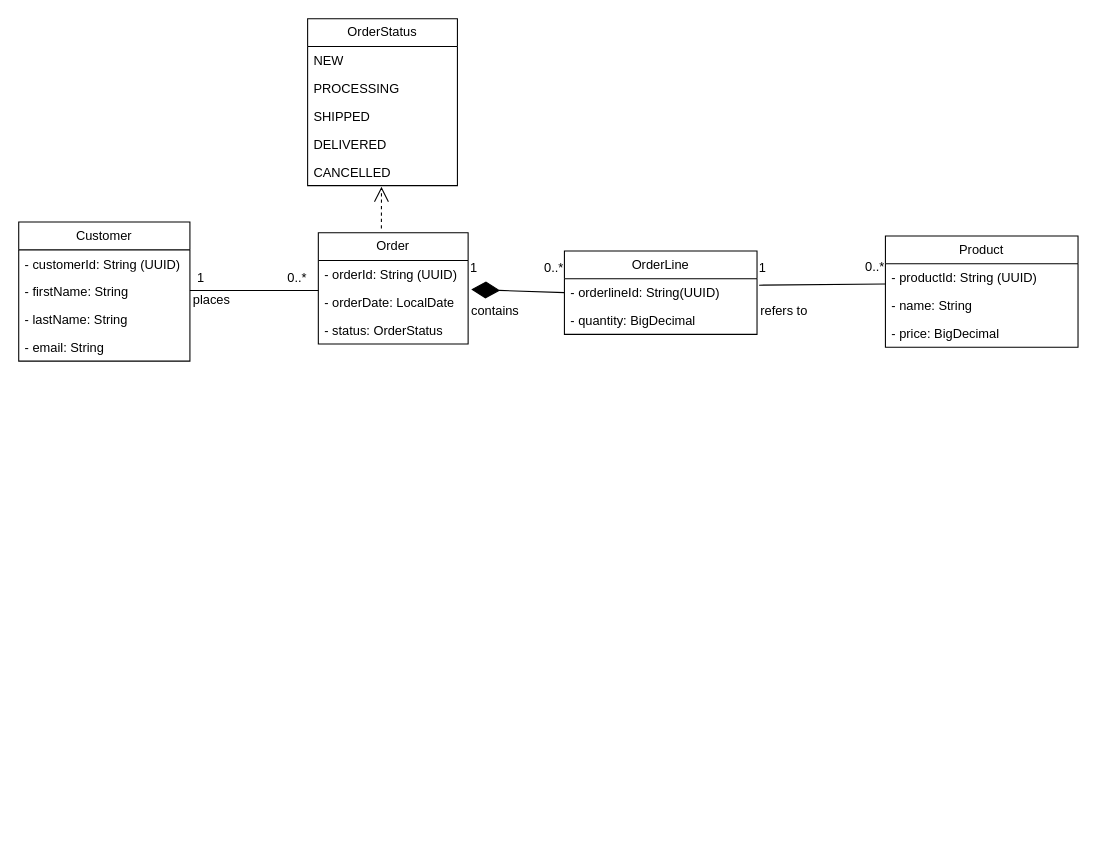
Before: page "eCommerce" (10 of 10) of UML Diagram/Practice.drawio in prakashbtech87/aaaaaaaaaaaPrakashDrawIORepo, a draw.io diagram. Source tidied: cells renumbered, new cells numbered last; positions are measured from the earlier drawing's top-left corner, leaving out a move shared by most shapes. Both pictures are drawn from the tidied source at 107%, with x=0, y=0 at pixel (18, 18).
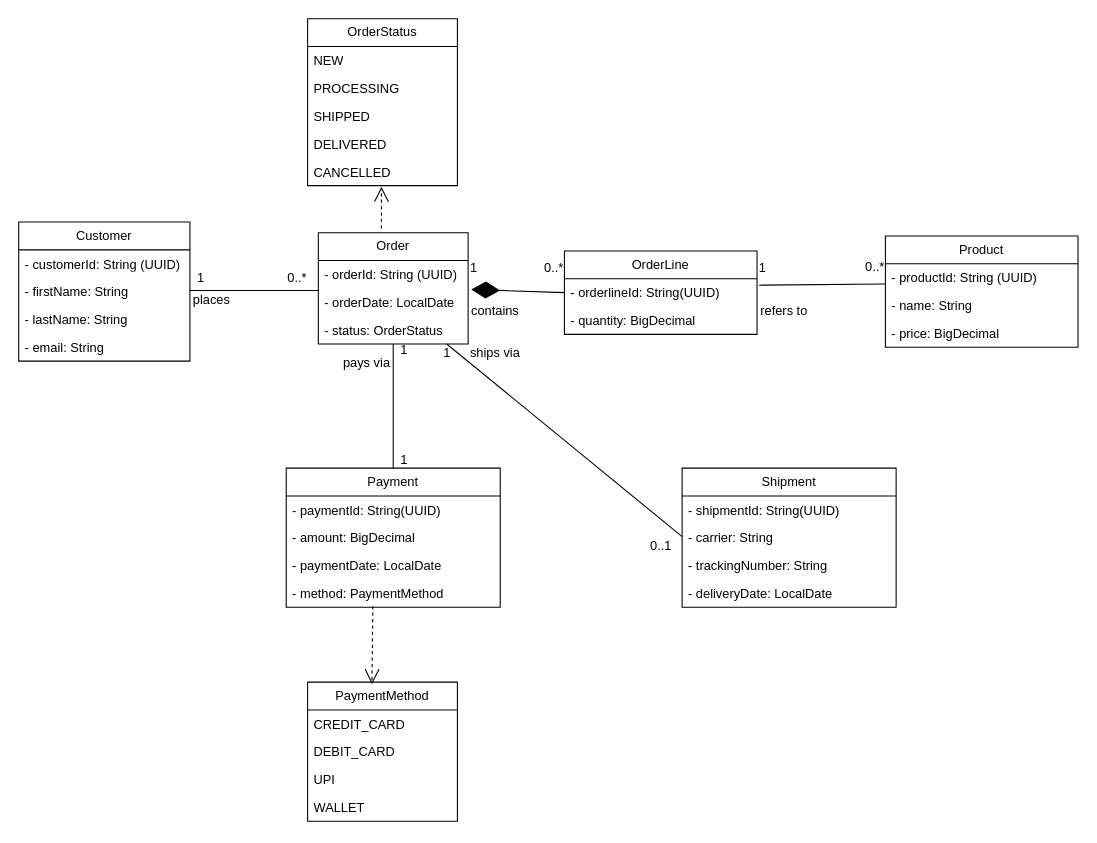
After the change.

Diff of the diagram source:
```diff
@@
+    <mxCell id="37" value="Payment" style="swimlane;fontStyle=0;horizontal=1;startSize=26;fillColor=none;whiteSpace=wrap;html=1;" parent="1" vertex="1">
+      <mxGeometry x="250" y="420" width="200" height="130" as="geometry" />
+    </mxCell>
+    <mxCell id="38" value="- paymentId: String(UUID)" style="text;strokeColor=none;fillColor=none;align=left;verticalAlign=top;spacingLeft=4;spacingRight=4;overflow=hidden;whiteSpace=wrap;html=1;" parent="37" vertex="1">
+      <mxGeometry y="26" width="200" height="26" as="geometry" />
+    </mxCell>
+    <mxCell id="39" value="- amount: BigDecimal&lt;div&gt;&lt;br&gt;&lt;/div&gt;" style="text;strokeColor=none;fillColor=none;align=left;verticalAlign=top;spacingLeft=4;spacingRight=4;overflow=hidden;whiteSpace=wrap;html=1;" parent="37" vertex="1">
+      <mxGeometry y="52" width="200" height="26" as="geometry" />
+    </mxCell>
+    <mxCell id="40" value="- paymentDate: LocalDate" style="text;strokeColor=none;fillColor=none;align=left;verticalAlign=top;spacingLeft=4;spacingRight=4;overflow=hidden;whiteSpace=wrap;html=1;" parent="37" vertex="1">
+      <mxGeometry y="78" width="200" height="26" as="geometry" />
+    </mxCell>
+    <mxCell id="41" value="- method: PaymentMethod" style="text;strokeColor=none;fillColor=none;align=left;verticalAlign=top;spacingLeft=4;spacingRight=4;overflow=hidden;points=[[0,0.5],[1,0.5]];portConstraint=eastwest;whiteSpace=wrap;html=1;" parent="37" vertex="1">
+      <mxGeometry y="104" width="200" height="26" as="geometry" />
+    </mxCell>
+    <mxCell id="42" value="PaymentMethod" style="swimlane;fontStyle=0;horizontal=1;startSize=26;fillColor=none;whiteSpace=wrap;html=1;" parent="1" vertex="1">
+      <mxGeometry x="270" y="620" width="140" height="130" as="geometry" />
+    </mxCell>
+    <mxCell id="43" value="CREDIT_CARD" style="text;strokeColor=none;fillColor=none;align=left;verticalAlign=top;spacingLeft=4;spacingRight=4;overflow=hidden;whiteSpace=wrap;html=1;" parent="42" vertex="1">
+      <mxGeometry y="26" width="140" height="26" as="geometry" />
+    </mxCell>
+    <mxCell id="44" value="DEBIT_CARD" style="text;strokeColor=none;fillColor=none;align=left;verticalAlign=top;spacingLeft=4;spacingRight=4;overflow=hidden;whiteSpace=wrap;html=1;" parent="42" vertex="1">
+      <mxGeometry y="52" width="140" height="26" as="geometry" />
+    </mxCell>
+    <mxCell id="45" value="UPI" style="text;strokeColor=none;fillColor=none;align=left;verticalAlign=top;spacingLeft=4;spacingRight=4;overflow=hidden;whiteSpace=wrap;html=1;" parent="42" vertex="1">
+      <mxGeometry y="78" width="140" height="26" as="geometry" />
+    </mxCell>
+    <mxCell id="46" value="WALLET" style="text;strokeColor=none;fillColor=none;align=left;verticalAlign=top;spacingLeft=4;spacingRight=4;overflow=hidden;whiteSpace=wrap;html=1;" parent="42" vertex="1">
+      <mxGeometry y="104" width="140" height="26" as="geometry" />
+    </mxCell>
+    <mxCell id="47" style="endArrow=open;endSize=12;dashed=1;html=1;rounded=0;exitX=0.405;exitY=0.962;exitDx=0;exitDy=0;exitPerimeter=0;entryX=0.429;entryY=0.015;entryDx=0;entryDy=0;entryPerimeter=0;" parent="1" edge="1" source="41" target="42">
+      <mxGeometry relative="1" as="geometry" />
+    </mxCell>
+    <mxCell id="48" value="1" style="text;html=1;align=center;verticalAlign=middle;strokeColor=none;fillColor=none;" parent="1" vertex="1">
+      <mxGeometry x="345" y="295" width="30" height="30" as="geometry" />
+    </mxCell>
+    <mxCell id="49" value="Shipment" style="swimlane;fontStyle=0;horizontal=1;startSize=26;fillColor=none;whiteSpace=wrap;html=1;" parent="1" vertex="1">
+      <mxGeometry x="620" y="420" width="200" height="130" as="geometry" />
+    </mxCell>
+    <mxCell id="50" value="- shipmentId: String(UUID)" style="text;strokeColor=none;fillColor=none;align=left;verticalAlign=top;spacingLeft=4;spacingRight=4;overflow=hidden;whiteSpace=wrap;html=1;" parent="49" vertex="1">
+      <mxGeometry y="26" width="200" height="26" as="geometry" />
+    </mxCell>
+    <mxCell id="51" value="- carrier: String" style="text;strokeColor=none;fillColor=none;align=left;verticalAlign=top;spacingLeft=4;spacingRight=4;overflow=hidden;whiteSpace=wrap;html=1;" parent="49" vertex="1">
+      <mxGeometry y="52" width="200" height="26" as="geometry" />
+    </mxCell>
+    <mxCell id="52" value="- trackingNumber: String" style="text;strokeColor=none;fillColor=none;align=left;verticalAlign=top;spacingLeft=4;spacingRight=4;overflow=hidden;whiteSpace=wrap;html=1;" parent="49" vertex="1">
+      <mxGeometry y="78" width="200" height="26" as="geometry" />
+    </mxCell>
+    <mxCell id="53" value="- deliveryDate: LocalDate" style="text;strokeColor=none;fillColor=none;align=left;verticalAlign=top;spacingLeft=4;spacingRight=4;overflow=hidden;whiteSpace=wrap;html=1;" parent="49" vertex="1">
+      <mxGeometry y="104" width="200" height="26" as="geometry" />
+    </mxCell>
+    <mxCell id="54" style="endArrow=none;html=1;rounded=0;" parent="1" edge="1">
+      <mxGeometry relative="1" as="geometry">
+        <mxPoint x="400" y="304" as="sourcePoint" />
+        <mxPoint x="620" y="484" as="targetPoint" />
+      </mxGeometry>
+    </mxCell>
+    <mxCell id="55" value="1" style="text;html=1;align=center;verticalAlign=middle;strokeColor=none;fillColor=none;" parent="1" vertex="1">
+      <mxGeometry x="385" y="298" width="30" height="30" as="geometry" />
+    </mxCell>
+    <mxCell id="56" value="0..1" style="text;html=1;align=center;verticalAlign=middle;strokeColor=none;fillColor=none;" parent="1" vertex="1">
+      <mxGeometry x="580" y="478" width="40" height="30" as="geometry" />
+    </mxCell>
+    <mxCell id="57" style="endArrow=none;html=1;rounded=0;exitX=0.5;exitY=0;exitDx=0;exitDy=0;" parent="1" edge="1" source="37">
+      <mxGeometry relative="1" as="geometry">
+        <mxPoint x="350" y="304" as="targetPoint" />
+      </mxGeometry>
+    </mxCell>
+    <mxCell id="58" value="1" style="text;html=1;align=center;verticalAlign=middle;strokeColor=none;fillColor=none;" parent="1" vertex="1">
+      <mxGeometry x="345" y="398" width="30" height="30" as="geometry" />
+    </mxCell>
+    <mxCell id="59" value="pays via" style="text;html=1;align=center;verticalAlign=middle;strokeColor=none;fillColor=none;" parent="1" vertex="1">
+      <mxGeometry x="290" y="307" width="70" height="30" as="geometry" />
+    </mxCell>
+    <mxCell id="60" value="ships via" style="text;html=1;align=center;verticalAlign=middle;strokeColor=none;fillColor=none;" parent="1" vertex="1">
+      <mxGeometry x="410" y="298" width="70" height="30" as="geometry" />
+    </mxCell>
```
